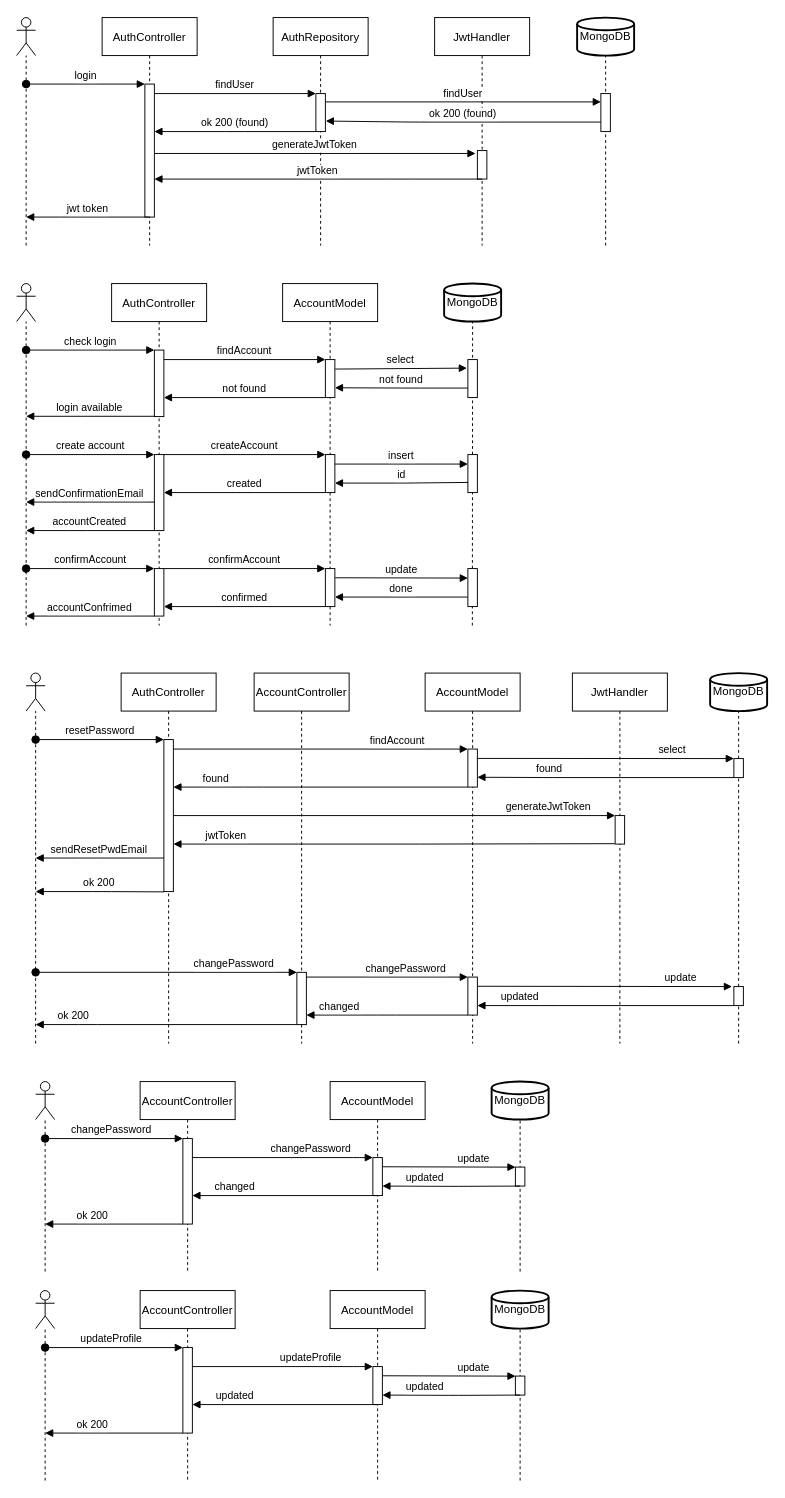
Above: diagrams/auth.drawio in shardoc/shardoc.github.io (draw.io), before the change. Source tidied: cells renumbered, new cells numbered last; positions are measured from the earlier drawing's top-left corner, leaving out a move shared by most shapes. Both pictures are drawn from the tidied source at 95%, with x=0, y=0 at pixel (16, 17).
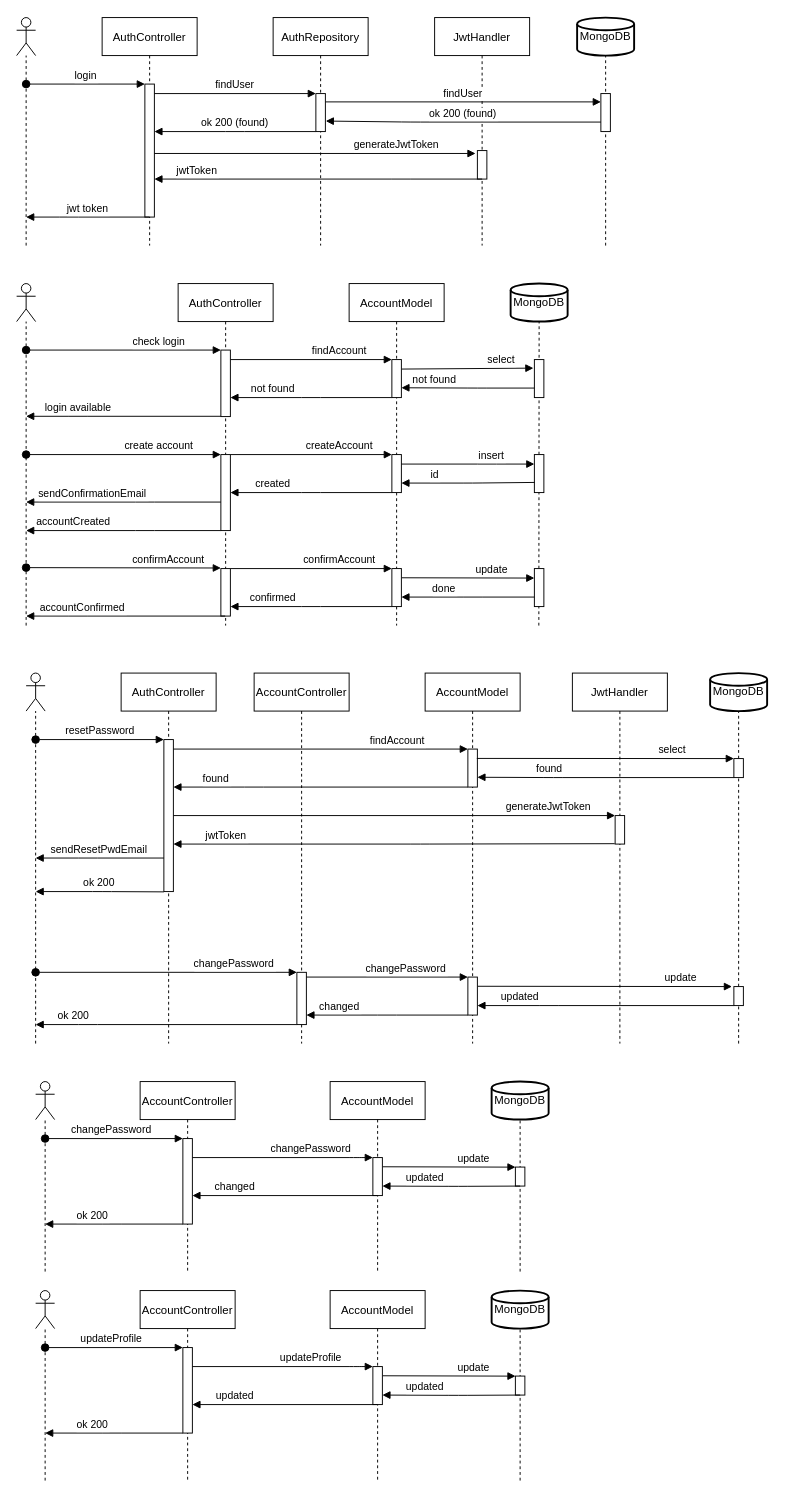
The same diagram, later.

The change refers to these unchanged cells:
```xml
<mxCell id="3" style="points=[];perimeter=orthogonalPerimeter;rounded=0;shadow=0;strokeWidth=1;" parent="2" vertex="1">
  <mxGeometry x="45" y="70" width="10" height="140" as="geometry" />
</mxCell>
<mxCell id="12" style="points=[];perimeter=orthogonalPerimeter;rounded=0;shadow=0;strokeWidth=1;" parent="11" vertex="1">
  <mxGeometry x="45" y="140" width="10" height="30" as="geometry" />
</mxCell>
<mxCell id="17" style="points=[];perimeter=orthogonalPerimeter;rounded=0;shadow=0;strokeWidth=1;" parent="16" vertex="1">
  <mxGeometry x="45" y="70" width="10" height="70" as="geometry" />
</mxCell>
<mxCell id="20" style="points=[];perimeter=orthogonalPerimeter;rounded=0;shadow=0;strokeWidth=1;" parent="19" vertex="1">
  <mxGeometry x="45" y="80" width="10" height="40" as="geometry" />
</mxCell>
<mxCell id="21" style="points=[];perimeter=orthogonalPerimeter;rounded=0;shadow=0;strokeWidth=1;" parent="19" vertex="1">
  <mxGeometry x="45" y="300" width="10" height="40" as="geometry" />
</mxCell>
```

Diff of the diagram source:
```diff
@@
     <mxCell id="13" value="generateJwtToken" style="verticalAlign=bottom;endArrow=block;entryX=-0.193;entryY=0.102;shadow=0;strokeWidth=1;entryDx=0;entryDy=0;entryPerimeter=0;" parent="1" edge="1" source="3" target="12">
-      <mxGeometry relative="1" as="geometry" />
+      <mxGeometry x="0.51" relative="1" as="geometry" />
     </mxCell>
@@
     <mxCell id="15" value="jwtToken" style="verticalAlign=bottom;endArrow=block;shadow=0;strokeWidth=1;" parent="1" edge="1" target="3">
-      <mxGeometry relative="1" as="geometry">
+      <mxGeometry x="0.74" relative="1" as="geometry">
         <mxPoint x="490" y="170" as="sourcePoint" />
         <Array as="points">
           <mxPoint x="405" y="170" />
         </Array>
       </mxGeometry>
     </mxCell>
     <mxCell id="16" value="AuthController" style="shape=umlLifeline;perimeter=lifelinePerimeter;rounded=0;shadow=0;strokeWidth=1;" parent="1" vertex="1">
-      <mxGeometry x="100" y="280" width="100" height="360" as="geometry" />
+      <mxGeometry x="170" y="280" width="100" height="360" as="geometry" />
     </mxCell>
@@
     <mxCell id="18" value="check login" style="verticalAlign=bottom;startArrow=oval;endArrow=block;startSize=8;shadow=0;strokeWidth=1;" parent="16" edge="1" target="17">
-      <mxGeometry relative="1" as="geometry">
-        <mxPoint x="-90" y="70" as="sourcePoint" />
+      <mxGeometry x="0.37" relative="1" as="geometry">
+        <mxPoint x="-160" y="70" as="sourcePoint" />
       </mxGeometry>
     </mxCell>
     <mxCell id="19" value="AccountModel" style="shape=umlLifeline;perimeter=lifelinePerimeter;rounded=0;shadow=0;strokeWidth=1;" parent="1" vertex="1">
-      <mxGeometry x="280" y="280" width="100" height="360" as="geometry" />
+      <mxGeometry x="350" y="280" width="100" height="360" as="geometry" />
     </mxCell>
@@
     <mxCell id="22" value="confirmAccount" style="verticalAlign=bottom;endArrow=block;entryX=0;entryY=0;shadow=0;strokeWidth=1;" parent="19" edge="1">
-      <mxGeometry relative="1" as="geometry">
+      <mxGeometry x="0.35" relative="1" as="geometry">
         <mxPoint x="-125" y="300" as="sourcePoint" />
         <mxPoint x="45" y="300" as="targetPoint" />
       </mxGeometry>
     </mxCell>
     <mxCell id="23" value="confirmed" style="verticalAlign=bottom;endArrow=block;shadow=0;strokeWidth=1;" parent="19" edge="1">
-      <mxGeometry relative="1" as="geometry">
+      <mxGeometry x="0.47" relative="1" as="geometry">
         <mxPoint x="45" y="340" as="sourcePoint" />
         <mxPoint x="-125" y="340" as="targetPoint" />
         <Array as="points">
           <mxPoint x="-40" y="340" />
         </Array>
       </mxGeometry>
     </mxCell>
@@
-    <mxCell id="25" value="create account" style="verticalAlign=bottom;startArrow=oval;endArrow=block;startSize=8;shadow=0;strokeWidth=1;" parent="19" edge="1">
-      <mxGeometry relative="1" as="geometry">
-        <mxPoint x="-270" y="180" as="sourcePoint" />
-        <mxPoint x="-135" y="180" as="targetPoint" />
-      </mxGeometry>
-    </mxCell>
@@
     <mxCell id="27" value="createAccount" style="verticalAlign=bottom;endArrow=block;entryX=0;entryY=0;shadow=0;strokeWidth=1;" parent="19" edge="1">
-      <mxGeometry relative="1" as="geometry">
+      <mxGeometry x="0.35" relative="1" as="geometry">
         <mxPoint x="-125" y="180" as="sourcePoint" />
         <mxPoint x="45" y="180" as="targetPoint" />
       </mxGeometry>
     </mxCell>
     <mxCell id="28" value="created" style="verticalAlign=bottom;endArrow=block;shadow=0;strokeWidth=1;" parent="19" edge="1">
-      <mxGeometry relative="1" as="geometry">
+      <mxGeometry x="0.47" relative="1" as="geometry">
         <mxPoint x="45" y="220" as="sourcePoint" />
         <mxPoint x="-125" y="220" as="targetPoint" />
         <Array as="points">
           <mxPoint x="-40" y="220" />
         </Array>
       </mxGeometry>
     </mxCell>
     <mxCell id="29" value="accountCreated" style="verticalAlign=bottom;endArrow=block;shadow=0;strokeWidth=1;" parent="19" edge="1">
-      <mxGeometry relative="1" as="geometry">
+      <mxGeometry x="0.51" relative="1" as="geometry">
         <mxPoint x="-135" y="260" as="sourcePoint" />
-        <mxPoint x="-270" y="260" as="targetPoint" />
+        <mxPoint x="-340" y="260" as="targetPoint" />
         <Array as="points">
           <mxPoint x="-215" y="260" />
         </Array>
       </mxGeometry>
     </mxCell>
     <mxCell id="30" value="sendConfirmationEmail" style="verticalAlign=bottom;endArrow=block;shadow=0;strokeWidth=1;" parent="19" edge="1">
-      <mxGeometry relative="1" as="geometry">
+      <mxGeometry x="0.32" relative="1" as="geometry">
         <mxPoint x="-135" y="230" as="sourcePoint" />
-        <mxPoint x="-270" y="230" as="targetPoint" />
+        <mxPoint x="-340" y="230" as="targetPoint" />
         <Array as="points">
           <mxPoint x="-215" y="230" />
         </Array>
       </mxGeometry>
     </mxCell>
     <mxCell id="31" value="findAccount" style="verticalAlign=bottom;endArrow=block;entryX=0;entryY=0;shadow=0;strokeWidth=1;" parent="1" edge="1" source="17" target="20">
-      <mxGeometry relative="1" as="geometry" />
+      <mxGeometry x="0.35" relative="1" as="geometry" />
     </mxCell>
     <mxCell id="32" value="not found" style="verticalAlign=bottom;endArrow=block;shadow=0;strokeWidth=1;" parent="1" edge="1" source="20" target="17">
-      <mxGeometry relative="1" as="geometry">
+      <mxGeometry x="0.47" relative="1" as="geometry">
         <Array as="points">
-          <mxPoint x="240" y="400" />
+          <mxPoint x="310" y="400" />
         </Array>
       </mxGeometry>
     </mxCell>
@@
     <mxCell id="35" value="login available" style="verticalAlign=bottom;endArrow=block;shadow=0;strokeWidth=1;" parent="1" edge="1" source="17">
-      <mxGeometry relative="1" as="geometry">
+      <mxGeometry x="0.46" relative="1" as="geometry">
         <mxPoint x="10" y="419.7" as="targetPoint" />
         <Array as="points">
           <mxPoint x="65" y="419.7" />
         </Array>
       </mxGeometry>
     </mxCell>
     <mxCell id="36" style="perimeter=orthogonalPerimeter;rounded=0;shadow=0;strokeWidth=1;" parent="1" vertex="1">
-      <mxGeometry x="145" y="580" width="10" height="50" as="geometry" />
+      <mxGeometry x="215" y="580" width="10" height="50" as="geometry" />
     </mxCell>
     <mxCell id="37" value="confirmAccount" style="verticalAlign=bottom;startArrow=oval;endArrow=block;startSize=8;shadow=0;strokeWidth=1;" parent="1" edge="1">
-      <mxGeometry relative="1" as="geometry">
-        <mxPoint x="10" y="580" as="sourcePoint" />
-        <mxPoint x="145" y="580" as="targetPoint" />
+      <mxGeometry x="0.46" relative="1" as="geometry">
+        <mxPoint x="10" y="579" as="sourcePoint" />
+        <mxPoint x="215" y="579.4" as="targetPoint" />
       </mxGeometry>
     </mxCell>
-    <mxCell id="38" value="accountConfrimed" style="verticalAlign=bottom;endArrow=block;shadow=0;strokeWidth=1;" parent="1" edge="1">
-      <mxGeometry relative="1" as="geometry">
-        <mxPoint x="145" y="630" as="sourcePoint" />
+    <mxCell id="38" value="accountConfirmed" style="verticalAlign=bottom;endArrow=block;shadow=0;strokeWidth=1;" parent="1" edge="1" source="16">
+      <mxGeometry x="0.43" relative="1" as="geometry">
         <mxPoint x="10" y="630" as="targetPoint" />
         <Array as="points">
           <mxPoint x="65" y="630" />
         </Array>
       </mxGeometry>
     </mxCell>
     <mxCell id="39" value="MongoDB" style="strokeWidth=2;html=1;shape=mxgraph.flowchart.database;whiteSpace=wrap;" parent="1" vertex="1">
-      <mxGeometry x="450" y="280" width="60" height="40" as="geometry" />
+      <mxGeometry x="520" y="280" width="60" height="40" as="geometry" />
     </mxCell>
     <mxCell id="40" style="endArrow=none;dashed=1;html=1;entryX=0.5;entryY=1;entryDx=0;entryDy=0;entryPerimeter=0;" parent="1" edge="1" target="39">
       <mxGeometry relative="1" as="geometry">
-        <mxPoint x="479.7" y="640" as="sourcePoint" />
+        <mxPoint x="549.7" y="640" as="sourcePoint" />
       </mxGeometry>
     </mxCell>
     <mxCell id="41" style="points=[];perimeter=orthogonalPerimeter;rounded=0;shadow=0;strokeWidth=1;" parent="1" vertex="1">
-      <mxGeometry x="475" y="360" width="10" height="40" as="geometry" />
+      <mxGeometry x="545" y="360" width="10" height="40" as="geometry" />
     </mxCell>
     <mxCell id="42" value="select" style="verticalAlign=bottom;endArrow=block;shadow=0;strokeWidth=1;entryX=-0.1;entryY=0.225;entryDx=0;entryDy=0;entryPerimeter=0;exitX=1.033;exitY=0.25;exitDx=0;exitDy=0;exitPerimeter=0;" parent="1" edge="1" source="20" target="41">
-      <mxGeometry relative="1" as="geometry" />
+      <mxGeometry x="0.51" relative="1" as="geometry" />
     </mxCell>
     <mxCell id="43" value="not found" style="verticalAlign=bottom;endArrow=block;shadow=0;strokeWidth=1;entryX=1;entryY=0.742;entryDx=0;entryDy=0;entryPerimeter=0;" parent="1" edge="1" source="41" target="20">
-      <mxGeometry relative="1" as="geometry">
+      <mxGeometry x="0.5" relative="1" as="geometry">
         <Array as="points">
-          <mxPoint x="415" y="390" />
+          <mxPoint x="485" y="390" />
         </Array>
       </mxGeometry>
     </mxCell>
     <mxCell id="44" style="points=[];perimeter=orthogonalPerimeter;rounded=0;shadow=0;strokeWidth=1;" parent="1" vertex="1">
-      <mxGeometry x="475" y="460" width="10" height="40" as="geometry" />
+      <mxGeometry x="545" y="460" width="10" height="40" as="geometry" />
     </mxCell>
     <mxCell id="45" value="insert" style="verticalAlign=bottom;endArrow=block;shadow=0;strokeWidth=1;" parent="1" edge="1" target="44">
-      <mxGeometry relative="1" as="geometry">
-        <mxPoint x="335" y="470" as="sourcePoint" />
+      <mxGeometry x="0.36" relative="1" as="geometry">
+        <mxPoint x="405" y="470" as="sourcePoint" />
         <Array as="points">
-          <mxPoint x="425" y="470" />
+          <mxPoint x="495" y="470" />
         </Array>
       </mxGeometry>
     </mxCell>
     <mxCell id="46" value="id" style="verticalAlign=bottom;endArrow=block;shadow=0;strokeWidth=1;exitX=0.033;exitY=0.733;exitDx=0;exitDy=0;exitPerimeter=0;" parent="1" edge="1" source="44">
-      <mxGeometry relative="1" as="geometry">
-        <mxPoint x="335" y="490" as="targetPoint" />
+      <mxGeometry x="0.5" relative="1" as="geometry">
+        <mxPoint x="405" y="490" as="targetPoint" />
         <Array as="points">
-          <mxPoint x="410" y="490" />
+          <mxPoint x="480" y="490" />
         </Array>
       </mxGeometry>
     </mxCell>
     <mxCell id="47" style="points=[];perimeter=orthogonalPerimeter;rounded=0;shadow=0;strokeWidth=1;" parent="1" vertex="1">
-      <mxGeometry x="475" y="580" width="10" height="40" as="geometry" />
+      <mxGeometry x="545" y="580" width="10" height="40" as="geometry" />
     </mxCell>
     <mxCell id="48" value="update" style="verticalAlign=bottom;endArrow=block;shadow=0;strokeWidth=1;exitX=1.033;exitY=0.242;exitDx=0;exitDy=0;exitPerimeter=0;" parent="1" edge="1" source="21">
-      <mxGeometry relative="1" as="geometry">
-        <mxPoint x="475" y="590" as="targetPoint" />
+      <mxGeometry x="0.36" relative="1" as="geometry">
+        <mxPoint x="545" y="590" as="targetPoint" />
       </mxGeometry>
     </mxCell>
     <mxCell id="49" value="done" style="verticalAlign=bottom;endArrow=block;shadow=0;strokeWidth=1;" parent="1" edge="1" source="47">
-      <mxGeometry relative="1" as="geometry">
-        <mxPoint x="335" y="610" as="targetPoint" />
+      <mxGeometry x="0.36" relative="1" as="geometry">
+        <mxPoint x="405" y="610" as="targetPoint" />
         <Array as="points">
-          <mxPoint x="410" y="610" />
+          <mxPoint x="480" y="610" />
         </Array>
       </mxGeometry>
     </mxCell>
@@
+    <mxCell id="25" value="create account" style="verticalAlign=bottom;startArrow=oval;endArrow=block;startSize=8;shadow=0;strokeWidth=1;" parent="1" edge="1">
+      <mxGeometry x="0.37" relative="1" as="geometry">
+        <mxPoint x="10" y="460" as="sourcePoint" />
+        <mxPoint x="215" y="460" as="targetPoint" />
+      </mxGeometry>
+    </mxCell>
```
